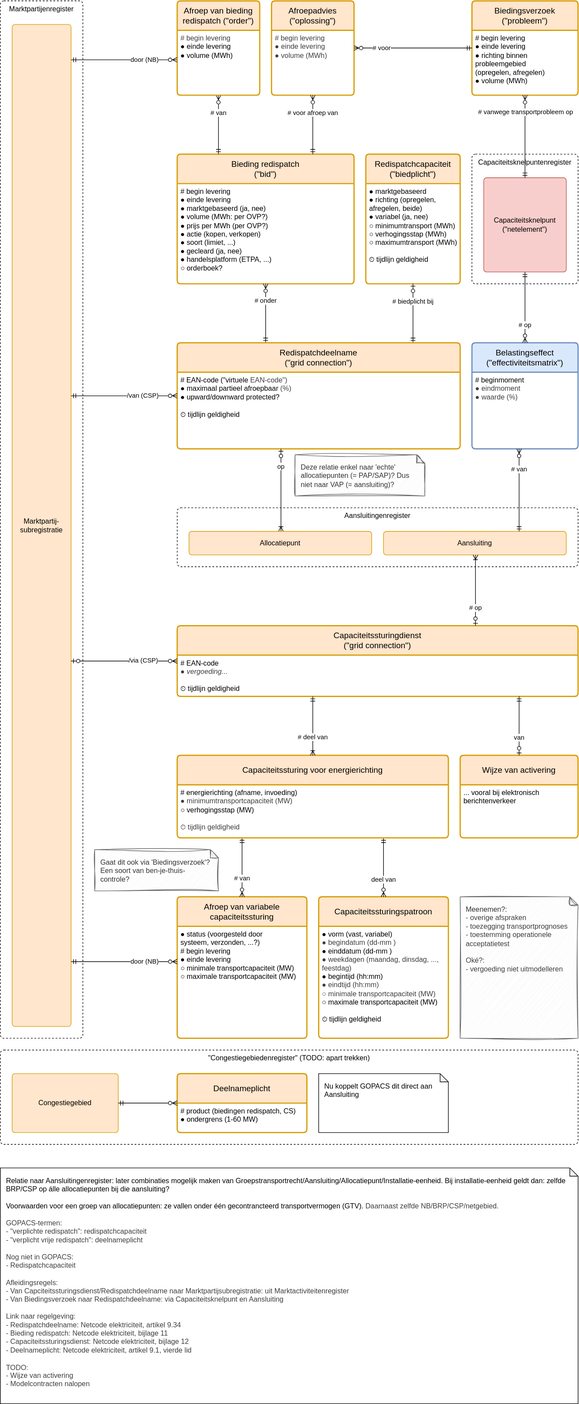
Netbeheer-Nederland/stelsel keeps this draw.io diagram as registers/congestiebeheersdienstenregister/1.0/congestiebeheersdienstenregister.drawio.svg. Above is the earlier version. Source tidied: cells renumbered, new cells last; positions are measured from the earlier drawing's top-left corner, leaving out a move shared by most shapes.
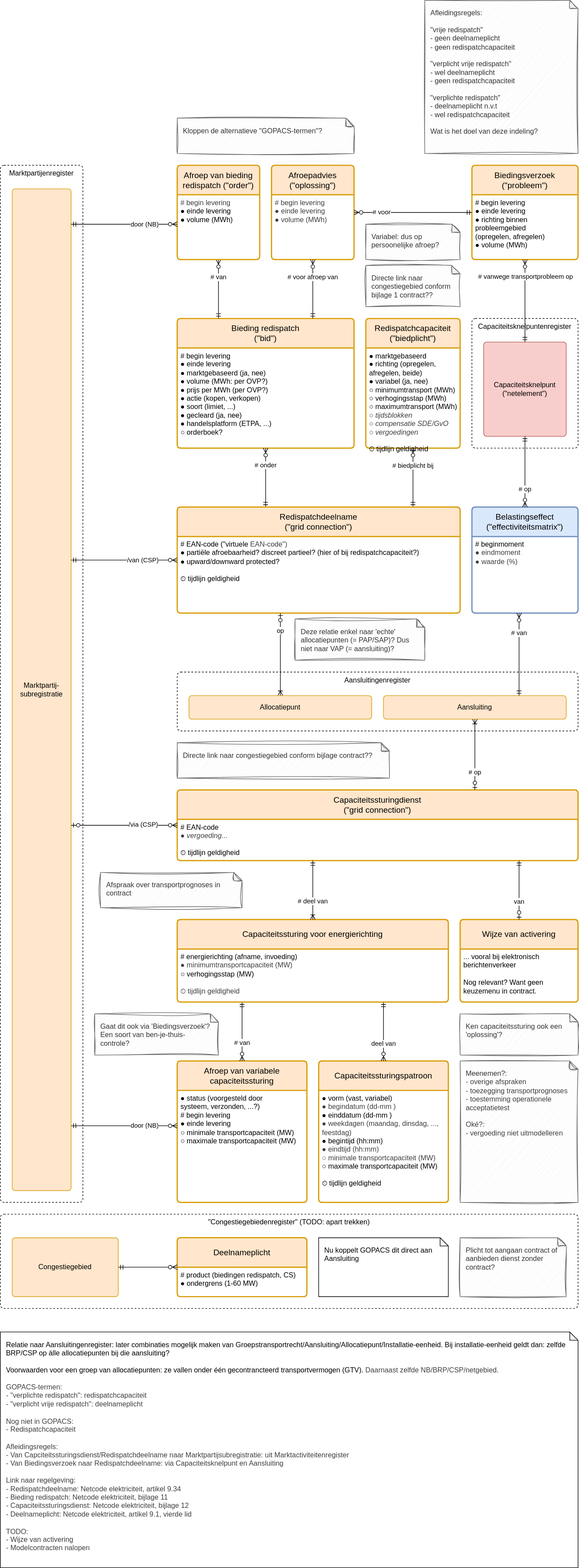
The same file after the commit.

Commit message:
congestiecontracten doorlopen

Diff of the diagram source:
```diff
@@ -29,7 +29,7 @@
     <mxCell id="10" value="Redispatchcapaciteit&lt;div&gt;(&quot;biedplicht&quot;)&lt;/div&gt;" style="swimlane;horizontal=1;startSize=50;rounded=1;fontSize=14;fontStyle=0;strokeWidth=2;shadow=0;dashed=0;align=center;arcSize=4;whiteSpace=wrap;html=1;hachureGap=4;fontFamily=Helvetica;fillColor=#ffe6cc;strokeColor=#d79b00;spacing=10;" parent="1" vertex="1">
       <mxGeometry x="620" y="260" width="160" height="220" as="geometry" />
     </mxCell>
-    <mxCell id="11" value="&lt;div&gt;&lt;span style=&quot;background-color: initial;&quot;&gt;● marktgebaseerd&lt;/span&gt;&lt;/div&gt;&lt;div&gt;● richting (opregelen,&lt;/div&gt;&lt;div&gt;&amp;nbsp; &amp;nbsp;afregelen, beide)&lt;span style=&quot;background-color: initial;&quot;&gt;&lt;br&gt;&lt;/span&gt;&lt;/div&gt;&lt;div&gt;&lt;span style=&quot;background-color: initial;&quot;&gt;● variabel (ja, nee)&lt;/span&gt;&lt;br&gt;&lt;/div&gt;&lt;div&gt;&lt;span style=&quot;background-color: initial;&quot;&gt;○&lt;/span&gt;&lt;span style=&quot;background-color: initial;&quot;&gt;&amp;nbsp;minimumtransport (MWh)&lt;/span&gt;&lt;br&gt;&lt;/div&gt;&lt;div&gt;&lt;span style=&quot;background-color: initial;&quot;&gt;○ verhogingsstap (MWh)&lt;/span&gt;&lt;br&gt;&lt;/div&gt;&lt;div&gt;&lt;span style=&quot;background-color: initial;&quot;&gt;○&lt;/span&gt;&amp;nbsp;maximumtransport (MWh)&lt;br&gt;&lt;/div&gt;&lt;div&gt;&lt;br&gt;&lt;/div&gt;&lt;div&gt;⏲ tijdlijn geldigheid&lt;/div&gt;&lt;div&gt;&lt;/div&gt;" style="align=left;strokeColor=none;fillColor=none;spacingLeft=4;fontSize=12;verticalAlign=top;html=1;hachureGap=4;fontFamily=Helvetica;" parent="10" vertex="1">
+    <mxCell id="11" value="&lt;div&gt;&lt;span style=&quot;background-color: initial;&quot;&gt;● marktgebaseerd&lt;/span&gt;&lt;/div&gt;&lt;div&gt;● richting (opregelen,&lt;/div&gt;&lt;div&gt;&amp;nbsp; &amp;nbsp;afregelen, beide)&lt;span style=&quot;background-color: initial;&quot;&gt;&lt;br&gt;&lt;/span&gt;&lt;/div&gt;&lt;div&gt;&lt;span style=&quot;background-color: initial;&quot;&gt;● variabel (ja, nee)&lt;/span&gt;&lt;br&gt;&lt;/div&gt;&lt;div&gt;&lt;span style=&quot;background-color: initial;&quot;&gt;○&lt;/span&gt;&lt;span style=&quot;background-color: initial;&quot;&gt;&amp;nbsp;minimumtransport (MWh)&lt;/span&gt;&lt;br&gt;&lt;/div&gt;&lt;div&gt;&lt;span style=&quot;background-color: initial;&quot;&gt;○ verhogingsstap (MWh)&lt;/span&gt;&lt;/div&gt;&lt;div&gt;&lt;span style=&quot;background-color: initial;&quot;&gt;○&lt;/span&gt;&amp;nbsp;maximumtransport (MWh)&lt;br&gt;&lt;/div&gt;&lt;div&gt;&lt;span style=&quot;color: rgb(63, 63, 63);&quot;&gt;○ &lt;i&gt;tijdsblokken&lt;/i&gt;&lt;/span&gt;&lt;/div&gt;&lt;div&gt;&lt;span style=&quot;color: rgb(63, 63, 63);&quot;&gt;&lt;span style=&quot;color: rgb(63, 63, 63);&quot;&gt;○ &lt;i&gt;compensatie SDE/GvO&lt;/i&gt;&lt;/span&gt;&lt;i&gt;&lt;/i&gt;&lt;/span&gt;&lt;/div&gt;&lt;div&gt;&lt;div style=&quot;color: rgb(63, 63, 63); scrollbar-color: rgb(226, 226, 226) rgb(251, 251, 251);&quot;&gt;&lt;span style=&quot;scrollbar-color: rgb(226, 226, 226) rgb(251, 251, 251); color: rgb(63, 63, 63);&quot;&gt;&lt;span style=&quot;scrollbar-color: rgb(226, 226, 226) rgb(251, 251, 251); color: rgb(63, 63, 63);&quot;&gt;○&amp;nbsp;&lt;i style=&quot;color: rgb(63, 63, 63); scrollbar-color: rgb(226, 226, 226) rgb(251, 251, 251);&quot;&gt;vergoedingen&lt;/i&gt;&lt;/span&gt;&lt;i style=&quot;color: rgb(63, 63, 63); scrollbar-color: rgb(226, 226, 226) rgb(251, 251, 251);&quot;&gt;&lt;/i&gt;&lt;/span&gt;&lt;/div&gt;&lt;div style=&quot;color: rgb(63, 63, 63); scrollbar-color: rgb(226, 226, 226) rgb(251, 251, 251);&quot;&gt;&lt;br style=&quot;color: rgb(63, 63, 63); scrollbar-color: rgb(226, 226, 226) rgb(251, 251, 251);&quot;&gt;&lt;/div&gt;&lt;/div&gt;&lt;div&gt;⏲ tijdlijn geldigheid&lt;/div&gt;&lt;div&gt;&lt;/div&gt;" style="align=left;strokeColor=none;fillColor=none;spacingLeft=4;fontSize=12;verticalAlign=top;html=1;hachureGap=4;fontFamily=Helvetica;" parent="10" vertex="1">
       <mxGeometry y="50" width="160" height="170" as="geometry" />
     </mxCell>
     <mxCell id="12" value="# biedplicht bij" style="endArrow=ERmandOne;html=1;rounded=0;fontFamily=Helvetica;fontSize=11;startSize=6;endSize=6;sourcePerimeterSpacing=0;targetPerimeterSpacing=0;endFill=0;startArrow=ERzeroToOne;startFill=0;edgeStyle=elbowEdgeStyle;align=center;" parent="1" edge="1" source="10" target="15">
@@ -46,7 +46,7 @@
     <mxCell id="15" value="Redispatchdeelname&lt;div&gt;(&quot;grid connection&quot;)&lt;/div&gt;" style="swimlane;horizontal=1;startSize=50;rounded=1;fontSize=14;fontStyle=0;strokeWidth=2;shadow=0;dashed=0;align=center;arcSize=4;whiteSpace=wrap;html=1;hachureGap=4;fontFamily=Helvetica;fillColor=#ffe6cc;strokeColor=#d79b00;spacing=10;" parent="1" vertex="1">
       <mxGeometry x="300" y="580" width="480" height="180" as="geometry" />
     </mxCell>
-    <mxCell id="16" value="&lt;div&gt;&lt;span style=&quot;background-color: initial;&quot;&gt;# EAN-code (&quot;virtuele&amp;nbsp;&lt;/span&gt;&lt;span style=&quot;background-color: initial; color: rgb(63, 63, 63);&quot;&gt;EAN-code&quot;)&lt;/span&gt;&lt;/div&gt;&lt;div&gt;&lt;span style=&quot;background-color: initial;&quot;&gt;●&lt;/span&gt;&lt;span style=&quot;background-color: initial;&quot;&gt;&amp;nbsp;maximaal partieel afroepbaar&amp;nbsp;&lt;/span&gt;&lt;span style=&quot;background-color: initial; color: rgb(63, 63, 63);&quot;&gt;(%)&lt;/span&gt;&lt;/div&gt;&lt;div&gt;● upward/downward protected?&lt;br&gt;&lt;/div&gt;&lt;div&gt;&lt;br&gt;&lt;/div&gt;&lt;div&gt;⏲&amp;nbsp;tijdlijn geldigheid&lt;/div&gt;&lt;div&gt;&lt;/div&gt;" style="align=left;strokeColor=none;fillColor=none;spacingLeft=4;fontSize=12;verticalAlign=top;html=1;hachureGap=4;fontFamily=Helvetica;" parent="15" vertex="1">
+    <mxCell id="16" value="&lt;div&gt;&lt;span style=&quot;background-color: initial;&quot;&gt;# EAN-code (&quot;virtuele&amp;nbsp;&lt;/span&gt;&lt;span style=&quot;background-color: initial; color: rgb(63, 63, 63);&quot;&gt;EAN-code&quot;)&lt;/span&gt;&lt;/div&gt;&lt;div&gt;&lt;span style=&quot;background-color: initial;&quot;&gt;●&lt;/span&gt;&lt;span style=&quot;background-color: initial;&quot;&gt;&amp;nbsp;partiële afroebaarheid? discreet partieel? (hier of bij redispatchcapaciteit?)&lt;/span&gt;&lt;/div&gt;&lt;div&gt;● upward/downward protected?&lt;br&gt;&lt;/div&gt;&lt;div&gt;&lt;br&gt;&lt;/div&gt;&lt;div&gt;⏲&amp;nbsp;tijdlijn geldigheid&lt;/div&gt;&lt;div&gt;&lt;/div&gt;" style="align=left;strokeColor=none;fillColor=none;spacingLeft=4;fontSize=12;verticalAlign=top;html=1;hachureGap=4;fontFamily=Helvetica;" parent="15" vertex="1">
       <mxGeometry y="50" width="480" height="130" as="geometry" />
     </mxCell>
     <mxCell id="17" value="Capaciteitssturingspatroon" style="swimlane;horizontal=1;startSize=50;rounded=1;fontSize=14;fontStyle=0;strokeWidth=2;shadow=0;dashed=0;align=center;arcSize=4;whiteSpace=wrap;html=1;hachureGap=4;fontFamily=Helvetica;fillColor=#ffe6cc;strokeColor=#d79b00;spacing=10;" parent="1" vertex="1">
@@ -97,7 +97,7 @@
     <mxCell id="30" value="Wijze van activering" style="swimlane;horizontal=1;startSize=50;rounded=1;fontSize=14;fontStyle=0;strokeWidth=2;shadow=0;dashed=0;align=center;arcSize=4;whiteSpace=wrap;html=1;hachureGap=4;fontFamily=Helvetica;fillColor=#ffe6cc;strokeColor=#d79b00;spacing=10;" parent="1" vertex="1">
       <mxGeometry x="780" y="1280" width="200" height="140" as="geometry" />
     </mxCell>
-    <mxCell id="31" value="&lt;div&gt;... vooral bij elektronisch&lt;/div&gt;&lt;div&gt;berichtenverkeer&lt;/div&gt;&lt;div&gt;&lt;/div&gt;" style="align=left;strokeColor=none;fillColor=none;spacingLeft=4;fontSize=12;verticalAlign=top;html=1;hachureGap=4;fontFamily=Helvetica;" parent="30" vertex="1">
+    <mxCell id="31" value="&lt;div&gt;... vooral bij elektronisch&lt;/div&gt;&lt;div&gt;berichtenverkeer&lt;/div&gt;&lt;div&gt;&lt;br&gt;&lt;/div&gt;&lt;div&gt;Nog relevant? Want geen&lt;/div&gt;&lt;div&gt;keuzemenu in contract.&lt;/div&gt;&lt;div&gt;&lt;/div&gt;" style="align=left;strokeColor=none;fillColor=none;spacingLeft=4;fontSize=12;verticalAlign=top;html=1;hachureGap=4;fontFamily=Helvetica;" parent="30" vertex="1">
       <mxGeometry y="50" width="200" height="90" as="geometry" />
     </mxCell>
     <mxCell id="32" value="van" style="endArrow=ERmandOne;html=1;rounded=0;fontFamily=Helvetica;fontSize=11;startSize=6;endSize=6;sourcePerimeterSpacing=0;targetPerimeterSpacing=0;endFill=0;startArrow=ERzeroToOne;startFill=0;align=center;edgeStyle=elbowEdgeStyle;" parent="1" edge="1" source="30" target="5">
@@ -193,5 +193,29 @@
     <mxCell id="60" value="# op" style="endArrow=ERmandOne;html=1;rounded=0;fontFamily=Helvetica;fontSize=11;startSize=6;endSize=6;sourcePerimeterSpacing=0;targetPerimeterSpacing=0;endFill=0;startArrow=ERzeroToMany;startFill=0;edgeStyle=elbowEdgeStyle;align=center;" parent="1" edge="1" source="55" target="34">
       <mxGeometry x="-0.5" relative="1" as="geometry" />
     </mxCell>
+    <mxCell id="61" value="&lt;div&gt;Ken capaciteitssturing ook een 'oplossing'?&lt;/div&gt;" style="shape=note;whiteSpace=wrap;html=1;backgroundOutline=1;darkOpacity=0.05;size=14;align=left;verticalAlign=top;spacing=10;sketch=1;curveFitting=1;jiggle=2;fillColor=#f5f5f5;fontColor=#333333;strokeColor=#666666;" parent="1" vertex="1">
+      <mxGeometry x="780" y="1440" width="200" height="70" as="geometry" />
+    </mxCell>
+    <mxCell id="62" value="&lt;div&gt;Kloppen de alternatieve &quot;GOPACS-termen&quot;?&lt;/div&gt;" style="shape=note;whiteSpace=wrap;html=1;backgroundOutline=1;darkOpacity=0.05;size=14;align=left;verticalAlign=top;spacing=10;sketch=1;curveFitting=1;jiggle=2;fillColor=#f5f5f5;fontColor=#333333;strokeColor=#666666;" parent="1" vertex="1">
+      <mxGeometry x="300" y="-80" width="300" height="60" as="geometry" />
+    </mxCell>
+    <mxCell id="63" value="&lt;div&gt;Afleidingsregels:&lt;/div&gt;&lt;div&gt;&lt;br&gt;&lt;/div&gt;&lt;div&gt;&quot;vrije redispatch&quot;&lt;/div&gt;&lt;div&gt;&amp;nbsp; - geen deelnameplicht&lt;/div&gt;&lt;div&gt;&amp;nbsp; - geen redispatchcapaciteit&lt;/div&gt;&lt;div&gt;&lt;br&gt;&lt;/div&gt;&lt;div&gt;&quot;verplicht vrije redispatch&quot;&lt;/div&gt;&lt;div&gt;&amp;nbsp; - wel deelnameplicht&lt;/div&gt;&lt;div&gt;&amp;nbsp; - geen redispatchcapaciteit&lt;/div&gt;&lt;div&gt;&lt;br&gt;&lt;/div&gt;&lt;div&gt;&quot;verplichte redispatch&quot;&lt;/div&gt;&lt;div&gt;&amp;nbsp; - deelnameplicht n.v.t&lt;/div&gt;&lt;div&gt;&amp;nbsp; - wel redispatchcapaciteit&lt;/div&gt;&lt;div&gt;&lt;br&gt;&lt;/div&gt;&lt;div&gt;Wat is het doel van deze indeling?&lt;/div&gt;" style="shape=note;whiteSpace=wrap;html=1;backgroundOutline=1;darkOpacity=0.05;size=14;align=left;verticalAlign=top;spacing=10;sketch=1;curveFitting=1;jiggle=2;fillColor=#f5f5f5;fontColor=#333333;strokeColor=#666666;" parent="1" vertex="1">
+      <mxGeometry x="720" y="-280" width="260" height="260" as="geometry" />
+    </mxCell>
+    <mxCell id="64" value="&lt;div&gt;Directe link naar congestiegebied conform bijlage 1 contract??&lt;/div&gt;" style="shape=note;whiteSpace=wrap;html=1;backgroundOutline=1;darkOpacity=0.05;size=14;align=left;verticalAlign=top;spacing=10;sketch=1;curveFitting=1;jiggle=2;fillColor=#f5f5f5;fontColor=#333333;strokeColor=#666666;" parent="1" vertex="1">
+      <mxGeometry x="620" y="170" width="160" height="70" as="geometry" />
+    </mxCell>
+    <mxCell id="65" value="&lt;div&gt;Plicht tot aangaan contract of aanbieden dienst zonder contract?&lt;/div&gt;" style="shape=note;whiteSpace=wrap;html=1;backgroundOutline=1;darkOpacity=0.05;size=14;align=left;verticalAlign=top;spacing=10;sketch=1;curveFitting=1;jiggle=2;fillColor=#f5f5f5;fontColor=#333333;strokeColor=#666666;" parent="1" vertex="1">
+      <mxGeometry x="780" y="1820" width="180" height="100" as="geometry" />
+    </mxCell>
+    <mxCell id="66" value="&lt;div&gt;Variabel: dus op persoonelijke afroep?&lt;/div&gt;" style="shape=note;whiteSpace=wrap;html=1;backgroundOutline=1;darkOpacity=0.05;size=14;align=left;verticalAlign=top;spacing=10;sketch=1;curveFitting=1;jiggle=2;fillColor=#f5f5f5;fontColor=#333333;strokeColor=#666666;" parent="1" vertex="1">
+      <mxGeometry x="620" y="100" width="160" height="60" as="geometry" />
+    </mxCell>
+    <mxCell id="67" value="&lt;div&gt;Directe link naar congestiegebied conform bijlage contract??&lt;/div&gt;" style="shape=note;whiteSpace=wrap;html=1;backgroundOutline=1;darkOpacity=0.05;size=14;align=left;verticalAlign=top;spacing=10;sketch=1;curveFitting=1;jiggle=2;fillColor=#f5f5f5;fontColor=#333333;strokeColor=#666666;" parent="1" vertex="1">
+      <mxGeometry x="300" y="980" width="360" height="60" as="geometry" />
+    </mxCell>
+    <mxCell id="68" value="&lt;div&gt;Afspraak over transportprognoses in contract&lt;/div&gt;" style="shape=note;whiteSpace=wrap;html=1;backgroundOutline=1;darkOpacity=0.05;size=14;align=left;verticalAlign=top;spacing=10;sketch=1;curveFitting=1;jiggle=2;fillColor=#f5f5f5;fontColor=#333333;strokeColor=#666666;" parent="1" vertex="1">
+      <mxGeometry x="170" y="1200" width="240" height="60" as="geometry" />
+    </mxCell>
   </root>
 </mxGraphModel>
```
